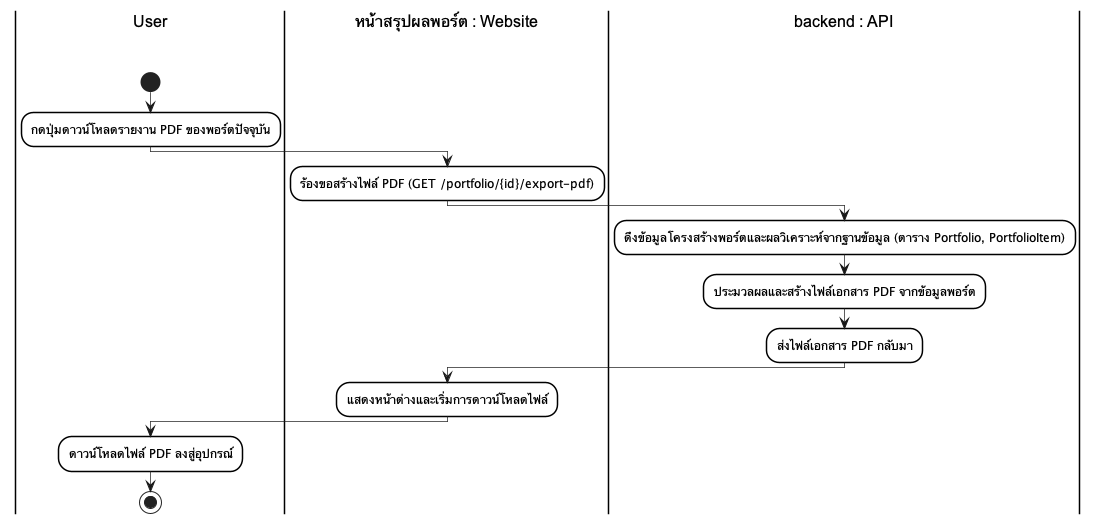
The PlantUML diagram docs/diagrams/images/activity/activity_08_download_pdf.png in Anatta-at/my-portfolio-app, before a commit. The source it was exported from:
```plantuml
@startuml
skinparam monochrome true
skinparam shadowing false
skinparam backgroundcolor white
skinparam ranksep 50

skinparam SwimlaneBorderColor black
skinparam SwimlaneBorderThickness 1.5
skinparam SwimlaneBackgroundColor white
skinparam SwimlaneTitleBackgroundColor white
skinparam SwimlaneTitleFontColor black
skinparam SwimlaneTitleFontSize 16
skinparam SwimlaneTitleFontName Arial

skinparam ActivityBackgroundColor white
skinparam ActivityBorderColor black
skinparam ActivityBorderThickness 1.5
skinparam ArrowThickness 0.7

|User\n\n|
start
:กดปุ่มดาวน์โหลดรายงาน PDF ของพอร์ตปัจจุบัน;
|หน้าสรุปผลพอร์ต : Website\n\n|
:ร้องขอสร้างไฟล์ PDF (GET /portfolio/{id}/export-pdf);
|backend : API\n\n|
:ดึงข้อมูลโครงสร้างพอร์ตและผลวิเคราะห์จากฐานข้อมูล (ตาราง Portfolio, PortfolioItem);
:ประมวลผลและสร้างไฟล์เอกสาร PDF จากข้อมูลพอร์ต;
:ส่งไฟล์เอกสาร PDF กลับมา;
|หน้าสรุปผลพอร์ต : Website\n\n|
:แสดงหน้าต่างและเริ่มการดาวน์โหลดไฟล์;
|User\n\n|
:ดาวน์โหลดไฟล์ PDF ลงสู่อุปกรณ์;
stop
@enduml
```
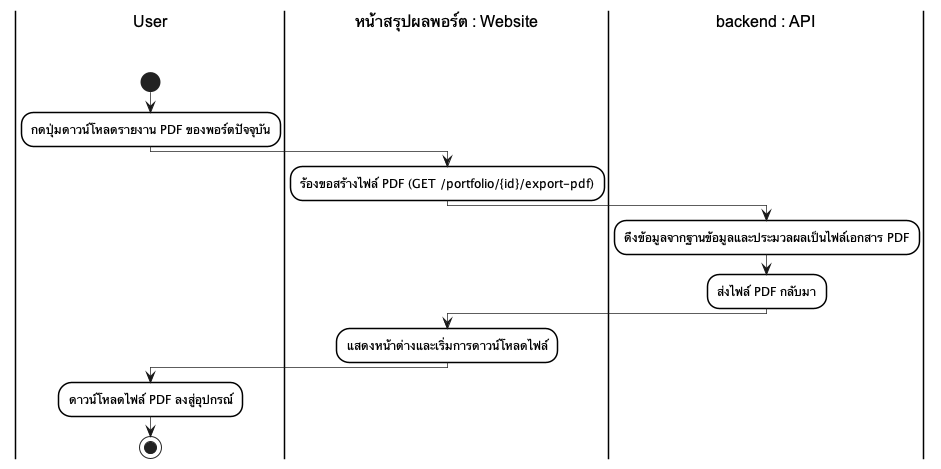
The same diagram one commit later.

What changed in the source:
```diff
@@ -23,9 +23,8 @@
 |หน้าสรุปผลพอร์ต : Website\n\n|
 :ร้องขอสร้างไฟล์ PDF (GET /portfolio/{id}/export-pdf);
 |backend : API\n\n|
-:ดึงข้อมูลโครงสร้างพอร์ตและผลวิเคราะห์จากฐานข้อมูล (ตาราง Portfolio, PortfolioItem);
-:ประมวลผลและสร้างไฟล์เอกสาร PDF จากข้อมูลพอร์ต;
-:ส่งไฟล์เอกสาร PDF กลับมา;
+:ดึงข้อมูลจากฐานข้อมูลและประมวลผลเป็นไฟล์เอกสาร PDF;
+:ส่งไฟล์ PDF กลับมา;
 |หน้าสรุปผลพอร์ต : Website\n\n|
 :แสดงหน้าต่างและเริ่มการดาวน์โหลดไฟล์;
 |User\n\n|
```
